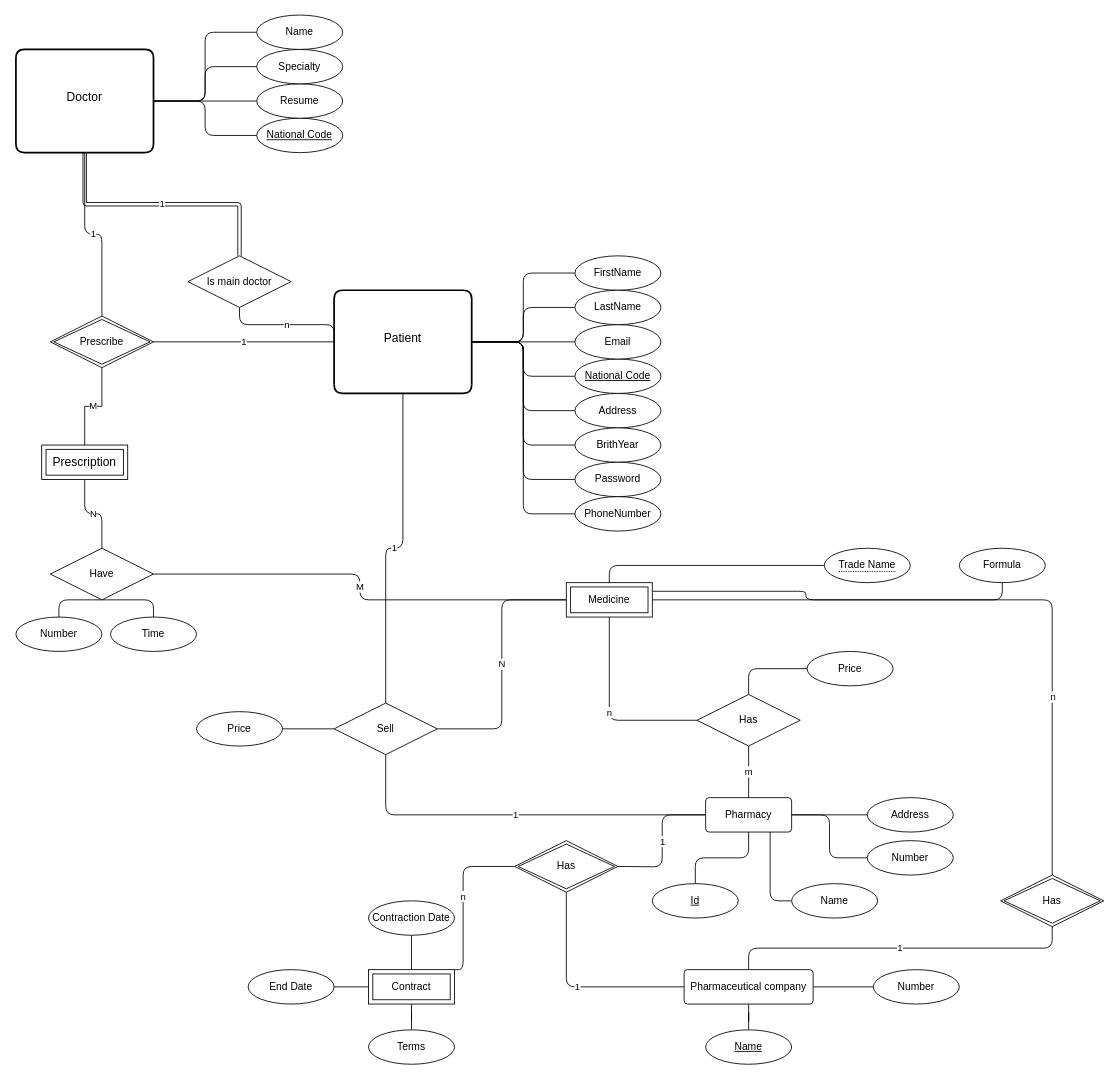
Earlier version of the draw.io diagram Untitled Diagram.drawio (yasharzb/Health-Management). Source tidied: cells renumbered, new cells numbered last; positions are measured from the earlier drawing's top-left corner, leaving out a move shared by most shapes. Both pictures are drawn from the tidied source at 86%, with x=0, y=0 at pixel (15, 15).
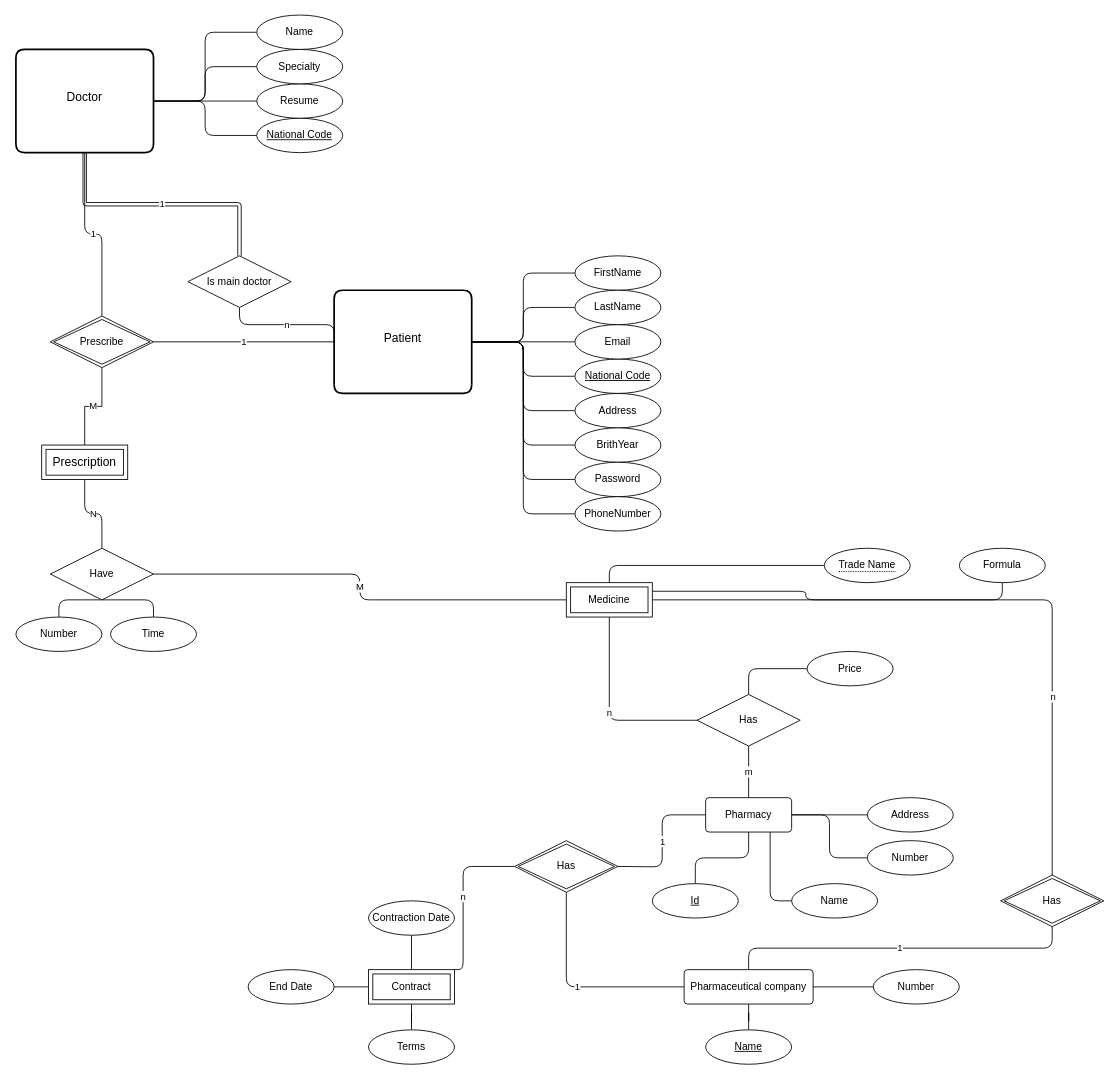
The same diagram, later.

Commit message:
Remvoe Sell

Unchanged cells that the change refers to:
```xml
<mxCell id="7" value="Patient" style="swimlane;horizontal=1;startSize=110;rounded=1;fontSize=14;fontStyle=0;strokeWidth=2;shadow=0;dashed=0;align=center;swimlaneLine=0;" parent="1" vertex="1">
  <mxGeometry x="370" y="320" width="160" height="120" as="geometry" />
</mxCell>
<mxCell id="53" value="Pharmacy" style="rounded=1;arcSize=10;whiteSpace=wrap;html=1;align=center;" parent="1" vertex="1">
  <mxGeometry x="802" y="910" width="100" height="40" as="geometry" />
</mxCell>
<mxCell id="76" value="Medicine" style="shape=ext;margin=3;double=1;whiteSpace=wrap;html=1;align=center;" parent="1" vertex="1">
  <mxGeometry x="640" y="660" width="100" height="40" as="geometry" />
</mxCell>
```

Diff of the diagram source:
```diff
@@
-    <mxCell id="6" value="1" style="edgeStyle=orthogonalEdgeStyle;rounded=1;jettySize=auto;html=1;exitX=0.5;exitY=1;exitDx=0;exitDy=0;entryX=0.5;entryY=0;entryDx=0;entryDy=0;endArrow=none;endFill=0;" parent="1" edge="1" source="7" target="85">
-      <mxGeometry relative="1" as="geometry" />
-    </mxCell>
@@
-    <mxCell id="52" value="1" style="edgeStyle=orthogonalEdgeStyle;rounded=1;jettySize=auto;html=1;exitX=0;exitY=0.5;exitDx=0;exitDy=0;entryX=0.5;entryY=1;entryDx=0;entryDy=0;endArrow=none;endFill=0;" parent="1" edge="1" source="53" target="85">
-      <mxGeometry relative="1" as="geometry" />
-    </mxCell>
@@
-    <mxCell id="75" value="N" style="edgeStyle=orthogonalEdgeStyle;rounded=1;jettySize=auto;html=1;exitX=0;exitY=0.5;exitDx=0;exitDy=0;entryX=1;entryY=0.5;entryDx=0;entryDy=0;endArrow=none;endFill=0;" parent="1" edge="1" source="76" target="85">
-      <mxGeometry relative="1" as="geometry" />
-    </mxCell>
@@
-    <mxCell id="85" value="Sell" style="shape=rhombus;perimeter=rhombusPerimeter;whiteSpace=wrap;html=1;align=center;" parent="1" vertex="1">
-      <mxGeometry x="370" y="800" width="120" height="60" as="geometry" />
-    </mxCell>
-    <mxCell id="86" style="edgeStyle=orthogonalEdgeStyle;rounded=1;jettySize=auto;html=1;exitX=1;exitY=0.5;exitDx=0;exitDy=0;entryX=0;entryY=0.5;entryDx=0;entryDy=0;endArrow=none;endFill=0;" parent="1" edge="1" source="87" target="85">
-      <mxGeometry relative="1" as="geometry" />
-    </mxCell>
-    <mxCell id="87" value="Price" style="ellipse;whiteSpace=wrap;html=1;align=center;" parent="1" vertex="1">
-      <mxGeometry x="210" y="810" width="100" height="40" as="geometry" />
-    </mxCell>
```
